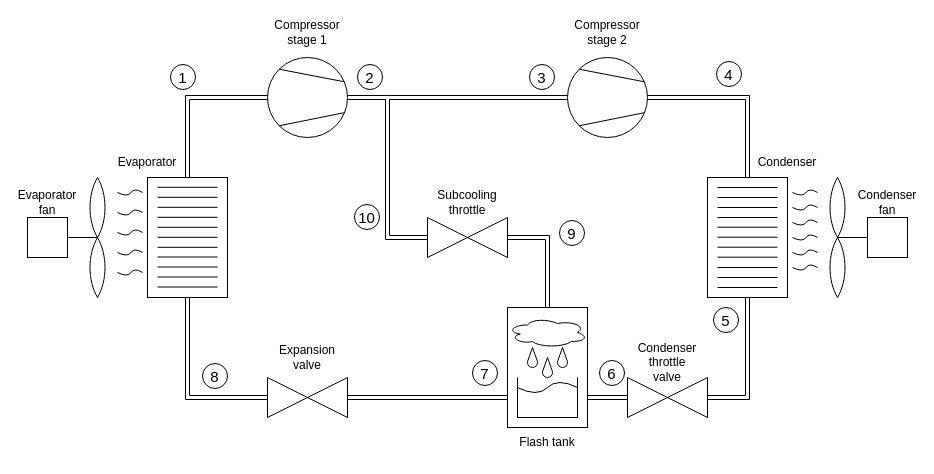
The draw.io diagram Graphics/HVAC_Diagram_Fans.drawio in kasperlaustsen/CA8_Writings, before the edit. Source tidied: cells renumbered, new cells numbered last; positions are measured from the earlier drawing's top-left corner, leaving out a move shared by most shapes. Both pictures are drawn from the tidied source at 100%, with x=0, y=0 at pixel (17, 17).
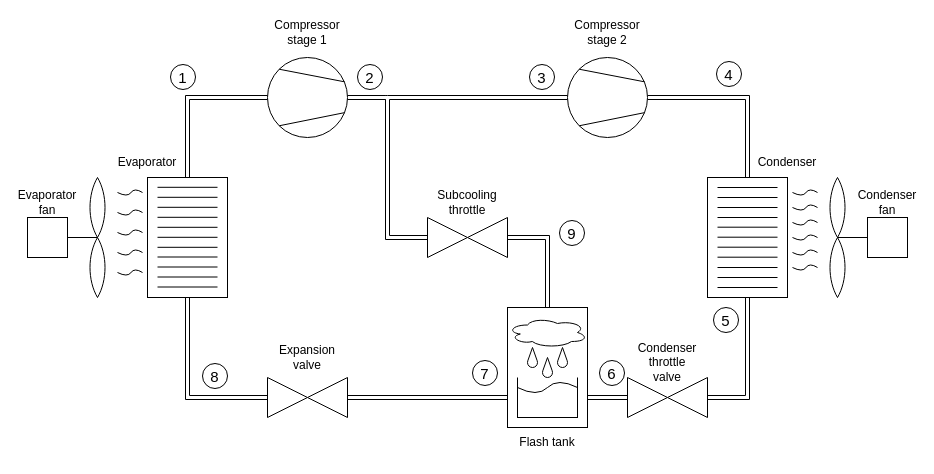
Above is the later version.

Unchanged cells that the change refers to:
```xml
<mxCell id="2" style="group;" parent="1" vertex="1">
  <mxGeometry width="900" height="440" as="geometry" />
</mxCell>
```

Change to the diagram source:
```diff
@@
-    <mxCell id="98" value="10" style="ellipse;whiteSpace=wrap;html=1;fontSize=15;" parent="2" vertex="1">
-      <mxGeometry x="337" y="187" width="25" height="25" as="geometry" />
-    </mxCell>
```
